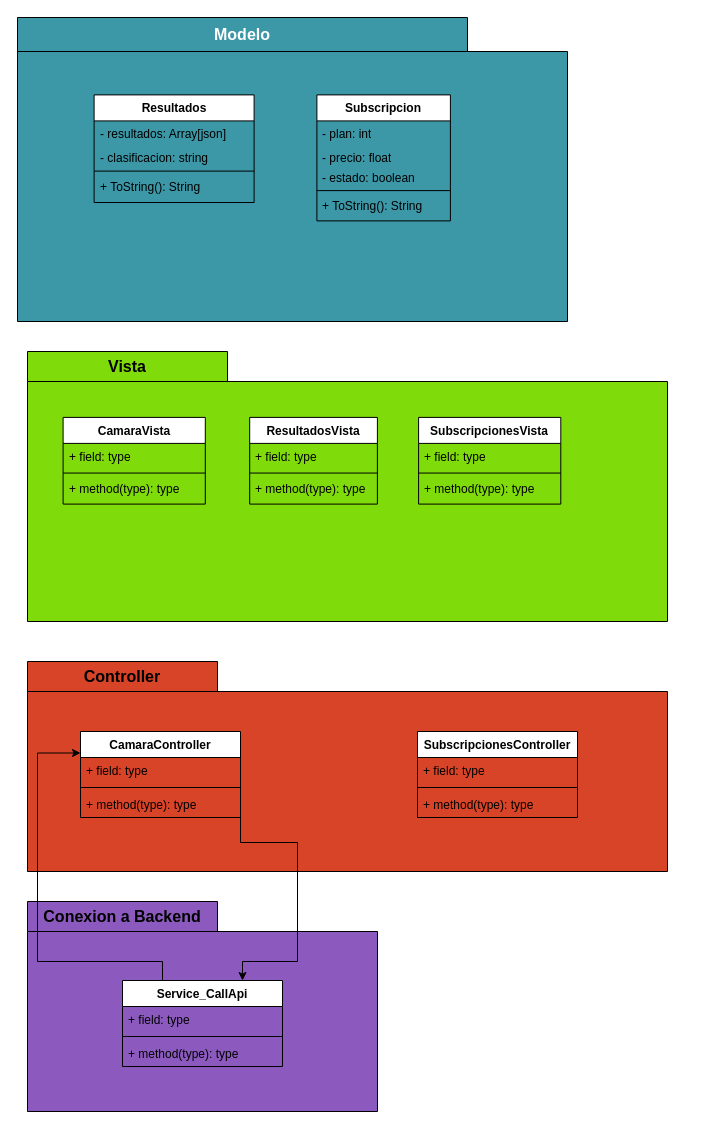
The draw.io diagram Stage #4/Diagrama de capas.drawio in Manollito/ProyectoDiseno, before the edit. Source tidied: cells renumbered, new cells numbered last; positions are measured from the earlier drawing's top-left corner, leaving out a move shared by most shapes. Both pictures are drawn from the tidied source at 100%, with x=0, y=0 at pixel (17, 17).
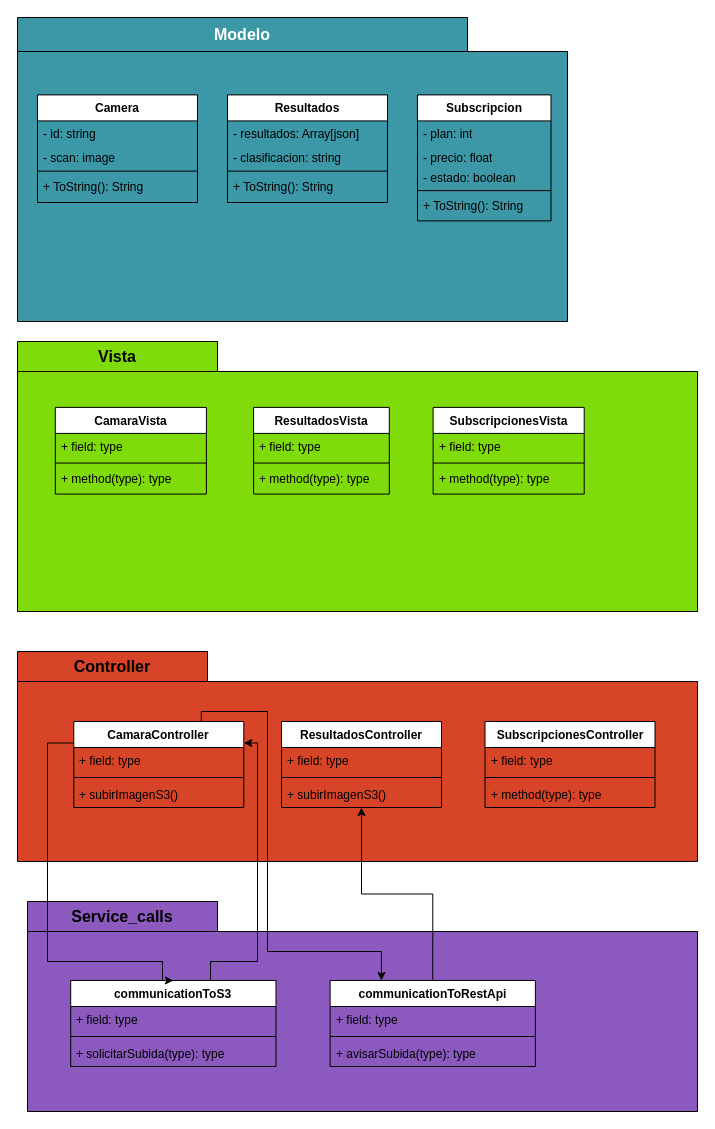
The same diagram, later.

Unchanged cells that the change refers to:
```xml
<mxCell id="3" value="&lt;font style=&quot;font-size: 16px;&quot; color=&quot;#ffffff&quot;&gt;Modelo&lt;/font&gt;" style="shape=folder;fontStyle=1;tabWidth=450;tabHeight=34;tabPosition=left;html=1;boundedLbl=1;labelInHeader=1;whiteSpace=wrap;fillColor=#3C97A7;" parent="1" vertex="1">
  <mxGeometry width="550" height="304" as="geometry" />
</mxCell>
```

Change to the diagram source:
```diff
@@
     <mxCell id="5" value="Resultados" style="swimlane;fontStyle=1;align=center;verticalAlign=top;horizontal=1;startSize=26;whiteSpace=wrap;html=1;" parent="3" vertex="1">
-      <mxGeometry x="76.6" y="77.4" width="160" height="107.6" as="geometry" />
+      <mxGeometry x="210" y="77.4" width="160" height="107.6" as="geometry" />
     </mxCell>
@@
     <mxCell id="10" value="Subscripcion" style="swimlane;fontStyle=1;align=center;verticalAlign=top;horizontal=1;startSize=26;whiteSpace=wrap;html=1;" parent="3" vertex="1">
-      <mxGeometry x="299.4" y="77.4" width="133.5" height="126" as="geometry" />
+      <mxGeometry x="400" y="77.4" width="133.5" height="126" as="geometry" />
     </mxCell>
@@
+    <mxCell id="48" value="Camera" style="swimlane;fontStyle=1;align=center;verticalAlign=top;horizontal=1;startSize=26;whiteSpace=wrap;html=1;" parent="3" vertex="1">
+      <mxGeometry x="20" y="77.4" width="160" height="107.6" as="geometry" />
+    </mxCell>
+    <mxCell id="49" value="- id: string" style="text;strokeColor=none;fillColor=none;align=left;verticalAlign=top;spacingLeft=4;spacingRight=4;overflow=hidden;whiteSpace=wrap;html=1;" parent="48" vertex="1">
+      <mxGeometry y="26" width="160" height="24" as="geometry" />
+    </mxCell>
+    <mxCell id="50" value="- scan: image" style="text;strokeColor=none;fillColor=none;align=left;verticalAlign=top;spacingLeft=4;spacingRight=4;overflow=hidden;whiteSpace=wrap;html=1;" parent="48" vertex="1">
+      <mxGeometry y="50" width="160" height="24" as="geometry" />
+    </mxCell>
+    <mxCell id="51" style="line;strokeWidth=1;fillColor=none;align=left;verticalAlign=middle;spacingTop=-1;spacingLeft=3;spacingRight=3;labelPosition=right;strokeColor=inherit;" parent="48" vertex="1">
+      <mxGeometry y="74" width="160" height="4.4" as="geometry" />
+    </mxCell>
+    <mxCell id="52" value="+ ToString(): String&amp;nbsp;" style="text;strokeColor=none;fillColor=none;align=left;verticalAlign=top;spacingLeft=4;spacingRight=4;overflow=hidden;whiteSpace=wrap;html=1;" parent="48" vertex="1">
+      <mxGeometry y="78.4" width="160" height="29.2" as="geometry" />
+    </mxCell>
     <mxCell id="16" value="&lt;font style=&quot;font-size: 16px;&quot;&gt;Vista&lt;/font&gt;" style="shape=folder;fontStyle=1;tabWidth=200;tabHeight=30;tabPosition=left;html=1;boundedLbl=1;labelInHeader=1;whiteSpace=wrap;fillColor=#80db0a;" parent="1" vertex="1">
-      <mxGeometry x="10" y="334" width="640" height="270" as="geometry" />
+      <mxGeometry y="324" width="680" height="270" as="geometry" />
     </mxCell>
     <mxCell id="17" style="html=1;strokeColor=none;fillColor=none;whiteSpace=wrap;" parent="16" vertex="1">
-      <mxGeometry width="640" height="189" relative="1" as="geometry">
+      <mxGeometry width="680" height="189" relative="1" as="geometry">
         <mxPoint y="30" as="offset" />
       </mxGeometry>
     </mxCell>
     <mxCell id="18" value="CamaraVista" style="swimlane;fontStyle=1;align=center;verticalAlign=top;horizontal=1;startSize=26;whiteSpace=wrap;html=1;" parent="16" vertex="1">
-      <mxGeometry x="35.6" y="65.9" width="142.2" height="86.7" as="geometry" />
+      <mxGeometry x="37.8" y="65.9" width="151.1" height="86.7" as="geometry" />
     </mxCell>
     <mxCell id="19" value="+ field: type" style="text;strokeColor=none;fillColor=none;align=left;verticalAlign=top;spacingLeft=4;spacingRight=4;overflow=hidden;whiteSpace=wrap;html=1;" parent="18" vertex="1">
-      <mxGeometry y="26" width="142.2" height="27" as="geometry" />
+      <mxGeometry y="26" width="151.1" height="27" as="geometry" />
     </mxCell>
     <mxCell id="20" style="line;strokeWidth=1;fillColor=none;align=left;verticalAlign=middle;spacingTop=-1;spacingLeft=3;spacingRight=3;labelPosition=right;strokeColor=inherit;" parent="18" vertex="1">
-      <mxGeometry y="53" width="142.2" height="5.3" as="geometry" />
+      <mxGeometry y="53" width="151.1" height="5.3" as="geometry" />
     </mxCell>
     <mxCell id="21" value="+ method(type): type" style="text;strokeColor=none;fillColor=none;align=left;verticalAlign=top;spacingLeft=4;spacingRight=4;overflow=hidden;whiteSpace=wrap;html=1;" parent="18" vertex="1">
-      <mxGeometry y="58.3" width="142.2" height="28.4" as="geometry" />
+      <mxGeometry y="58.3" width="151.1" height="28.4" as="geometry" />
     </mxCell>
     <mxCell id="22" value="ResultadosVista" style="swimlane;fontStyle=1;align=center;verticalAlign=top;horizontal=1;startSize=26;whiteSpace=wrap;html=1;" parent="16" vertex="1">
-      <mxGeometry x="222.2" y="65.9" width="127.7" height="86.7" as="geometry" />
+      <mxGeometry x="236.1" y="65.9" width="135.7" height="86.7" as="geometry" />
     </mxCell>
     <mxCell id="23" value="+ field: type" style="text;strokeColor=none;fillColor=none;align=left;verticalAlign=top;spacingLeft=4;spacingRight=4;overflow=hidden;whiteSpace=wrap;html=1;" parent="22" vertex="1">
-      <mxGeometry y="26" width="127.7" height="27" as="geometry" />
+      <mxGeometry y="26" width="135.7" height="27" as="geometry" />
     </mxCell>
     <mxCell id="24" style="line;strokeWidth=1;fillColor=none;align=left;verticalAlign=middle;spacingTop=-1;spacingLeft=3;spacingRight=3;labelPosition=right;strokeColor=inherit;" parent="22" vertex="1">
-      <mxGeometry y="53" width="127.7" height="5.3" as="geometry" />
+      <mxGeometry y="53" width="135.7" height="5.3" as="geometry" />
     </mxCell>
     <mxCell id="25" value="+ method(type): type" style="text;strokeColor=none;fillColor=none;align=left;verticalAlign=top;spacingLeft=4;spacingRight=4;overflow=hidden;whiteSpace=wrap;html=1;" parent="22" vertex="1">
-      <mxGeometry y="58.3" width="127.7" height="28.4" as="geometry" />
+      <mxGeometry y="58.3" width="135.7" height="28.4" as="geometry" />
     </mxCell>
     <mxCell id="26" value="SubscripcionesVista" style="swimlane;fontStyle=1;align=center;verticalAlign=top;horizontal=1;startSize=26;whiteSpace=wrap;html=1;" parent="16" vertex="1">
-      <mxGeometry x="391.1" y="65.9" width="142.2" height="86.7" as="geometry" />
+      <mxGeometry x="415.6" y="65.9" width="151.1" height="86.7" as="geometry" />
     </mxCell>
     <mxCell id="27" value="+ field: type" style="text;strokeColor=none;fillColor=none;align=left;verticalAlign=top;spacingLeft=4;spacingRight=4;overflow=hidden;whiteSpace=wrap;html=1;" parent="26" vertex="1">
-      <mxGeometry y="26" width="142.2" height="27" as="geometry" />
+      <mxGeometry y="26" width="151.1" height="27" as="geometry" />
     </mxCell>
     <mxCell id="28" style="line;strokeWidth=1;fillColor=none;align=left;verticalAlign=middle;spacingTop=-1;spacingLeft=3;spacingRight=3;labelPosition=right;strokeColor=inherit;" parent="26" vertex="1">
-      <mxGeometry y="53" width="142.2" height="5.3" as="geometry" />
+      <mxGeometry y="53" width="151.1" height="5.3" as="geometry" />
     </mxCell>
     <mxCell id="29" value="+ method(type): type" style="text;strokeColor=none;fillColor=none;align=left;verticalAlign=top;spacingLeft=4;spacingRight=4;overflow=hidden;whiteSpace=wrap;html=1;" parent="26" vertex="1">
-      <mxGeometry y="58.3" width="142.2" height="28.4" as="geometry" />
+      <mxGeometry y="58.3" width="151.1" height="28.4" as="geometry" />
     </mxCell>
     <mxCell id="30" value="&lt;font style=&quot;font-size: 16px;&quot;&gt;Controller&lt;/font&gt;" style="shape=folder;fontStyle=1;tabWidth=190;tabHeight=30;tabPosition=left;html=1;boundedLbl=1;labelInHeader=1;whiteSpace=wrap;fillColor=#D84427;" parent="1" vertex="1">
-      <mxGeometry x="10" y="644" width="640" height="210" as="geometry" />
+      <mxGeometry y="634" width="680" height="210" as="geometry" />
     </mxCell>
     <mxCell id="31" style="html=1;strokeColor=none;fillColor=none;whiteSpace=wrap;" parent="30" vertex="1">
-      <mxGeometry width="640" height="147" relative="1" as="geometry">
+      <mxGeometry width="680" height="147" relative="1" as="geometry">
         <mxPoint y="30" as="offset" />
       </mxGeometry>
     </mxCell>
     <mxCell id="32" value="CamaraController" style="swimlane;fontStyle=1;align=center;verticalAlign=top;horizontal=1;startSize=26;whiteSpace=wrap;html=1;" parent="30" vertex="1">
-      <mxGeometry x="53" y="70" width="160" height="86" as="geometry" />
+      <mxGeometry x="56.3" y="70" width="170" height="86" as="geometry" />
     </mxCell>
     <mxCell id="33" value="+ field: type" style="text;strokeColor=none;fillColor=none;align=left;verticalAlign=top;spacingLeft=4;spacingRight=4;overflow=hidden;whiteSpace=wrap;html=1;" parent="32" vertex="1">
-      <mxGeometry y="26" width="160" height="26" as="geometry" />
+      <mxGeometry y="26" width="170" height="26" as="geometry" />
     </mxCell>
     <mxCell id="34" style="line;strokeWidth=1;fillColor=none;align=left;verticalAlign=middle;spacingTop=-1;spacingLeft=3;spacingRight=3;labelPosition=right;strokeColor=inherit;" parent="32" vertex="1">
-      <mxGeometry y="52" width="160" height="8" as="geometry" />
+      <mxGeometry y="52" width="170" height="8" as="geometry" />
     </mxCell>
-    <mxCell id="35" value="+ method(type): type" style="text;strokeColor=none;fillColor=none;align=left;verticalAlign=top;spacingLeft=4;spacingRight=4;overflow=hidden;whiteSpace=wrap;html=1;" parent="32" vertex="1">
-      <mxGeometry y="60" width="160" height="26" as="geometry" />
+    <mxCell id="35" value="+ subirImagenS3()" style="text;strokeColor=none;fillColor=none;align=left;verticalAlign=top;spacingLeft=4;spacingRight=4;overflow=hidden;whiteSpace=wrap;html=1;" parent="32" vertex="1">
+      <mxGeometry y="60" width="170" height="26" as="geometry" />
     </mxCell>
     <mxCell id="36" value="SubscripcionesController" style="swimlane;fontStyle=1;align=center;verticalAlign=top;horizontal=1;startSize=26;whiteSpace=wrap;html=1;" parent="30" vertex="1">
-      <mxGeometry x="390" y="70" width="160" height="86" as="geometry" />
+      <mxGeometry x="467.5" y="70" width="170" height="86" as="geometry" />
     </mxCell>
     <mxCell id="37" value="+ field: type" style="text;strokeColor=none;fillColor=none;align=left;verticalAlign=top;spacingLeft=4;spacingRight=4;overflow=hidden;whiteSpace=wrap;html=1;" parent="36" vertex="1">
-      <mxGeometry y="26" width="160" height="26" as="geometry" />
+      <mxGeometry y="26" width="170" height="26" as="geometry" />
     </mxCell>
     <mxCell id="38" style="line;strokeWidth=1;fillColor=none;align=left;verticalAlign=middle;spacingTop=-1;spacingLeft=3;spacingRight=3;labelPosition=right;strokeColor=inherit;" parent="36" vertex="1">
-      <mxGeometry y="52" width="160" height="8" as="geometry" />
+      <mxGeometry y="52" width="170" height="8" as="geometry" />
     </mxCell>
     <mxCell id="39" value="+ method(type): type" style="text;strokeColor=none;fillColor=none;align=left;verticalAlign=top;spacingLeft=4;spacingRight=4;overflow=hidden;whiteSpace=wrap;html=1;" parent="36" vertex="1">
-      <mxGeometry y="60" width="160" height="26" as="geometry" />
+      <mxGeometry y="60" width="170" height="26" as="geometry" />
     </mxCell>
-    <mxCell id="40" value="&lt;font style=&quot;font-size: 16px;&quot;&gt;Conexion a Backend&lt;/font&gt;" style="shape=folder;fontStyle=1;tabWidth=190;tabHeight=30;tabPosition=left;html=1;boundedLbl=1;labelInHeader=1;whiteSpace=wrap;fillColor=#8C5ABF;" parent="1" vertex="1">
-      <mxGeometry x="10" y="884" width="350" height="210" as="geometry" />
+    <mxCell id="40" value="&lt;font style=&quot;font-size: 16px;&quot;&gt;Service_calls&lt;/font&gt;" style="shape=folder;fontStyle=1;tabWidth=190;tabHeight=30;tabPosition=left;html=1;boundedLbl=1;labelInHeader=1;whiteSpace=wrap;fillColor=#8C5ABF;" parent="1" vertex="1">
+      <mxGeometry x="10" y="884" width="670" height="210" as="geometry" />
     </mxCell>
     <mxCell id="41" style="html=1;strokeColor=none;fillColor=none;whiteSpace=wrap;" parent="40" vertex="1">
-      <mxGeometry width="350" height="147" relative="1" as="geometry">
+      <mxGeometry width="670" height="147" relative="1" as="geometry">
         <mxPoint y="30" as="offset" />
       </mxGeometry>
     </mxCell>
-    <mxCell id="42" value="Service_CallApi" style="swimlane;fontStyle=1;align=center;verticalAlign=top;horizontal=1;startSize=26;whiteSpace=wrap;html=1;" parent="40" vertex="1">
-      <mxGeometry x="95" y="79" width="160" height="86" as="geometry" />
+    <mxCell id="42" value="communicationToS3" style="swimlane;fontStyle=1;align=center;verticalAlign=top;horizontal=1;startSize=26;whiteSpace=wrap;html=1;" parent="40" vertex="1">
+      <mxGeometry x="43.2" y="79" width="205.3" height="86" as="geometry" />
     </mxCell>
     <mxCell id="43" value="+ field: type" style="text;strokeColor=none;fillColor=none;align=left;verticalAlign=top;spacingLeft=4;spacingRight=4;overflow=hidden;whiteSpace=wrap;html=1;" parent="42" vertex="1">
-      <mxGeometry y="26" width="160" height="26" as="geometry" />
+      <mxGeometry y="26" width="205.3" height="26" as="geometry" />
     </mxCell>
     <mxCell id="44" style="line;strokeWidth=1;fillColor=none;align=left;verticalAlign=middle;spacingTop=-1;spacingLeft=3;spacingRight=3;labelPosition=right;strokeColor=inherit;" parent="42" vertex="1">
-      <mxGeometry y="52" width="160" height="8" as="geometry" />
+      <mxGeometry y="52" width="205.3" height="8" as="geometry" />
     </mxCell>
-    <mxCell id="45" value="+ method(type): type" style="text;strokeColor=none;fillColor=none;align=left;verticalAlign=top;spacingLeft=4;spacingRight=4;overflow=hidden;whiteSpace=wrap;html=1;" parent="42" vertex="1">
-      <mxGeometry y="60" width="160" height="26" as="geometry" />
+    <mxCell id="45" value="+ solicitarSubida(type): type" style="text;strokeColor=none;fillColor=none;align=left;verticalAlign=top;spacingLeft=4;spacingRight=4;overflow=hidden;whiteSpace=wrap;html=1;" parent="42" vertex="1">
+      <mxGeometry y="60" width="205.3" height="26" as="geometry" />
     </mxCell>
+    <mxCell id="53" value="communicationToRestApi" style="swimlane;fontStyle=1;align=center;verticalAlign=top;horizontal=1;startSize=26;whiteSpace=wrap;html=1;" parent="40" vertex="1">
+      <mxGeometry x="302.6" y="79" width="205.3" height="86" as="geometry" />
+    </mxCell>
+    <mxCell id="54" value="+ field: type" style="text;strokeColor=none;fillColor=none;align=left;verticalAlign=top;spacingLeft=4;spacingRight=4;overflow=hidden;whiteSpace=wrap;html=1;" parent="53" vertex="1">
+      <mxGeometry y="26" width="205.3" height="26" as="geometry" />
+    </mxCell>
+    <mxCell id="55" style="line;strokeWidth=1;fillColor=none;align=left;verticalAlign=middle;spacingTop=-1;spacingLeft=3;spacingRight=3;labelPosition=right;strokeColor=inherit;" parent="53" vertex="1">
+      <mxGeometry y="52" width="205.3" height="8" as="geometry" />
+    </mxCell>
+    <mxCell id="56" value="+ avisarSubida(type): type" style="text;strokeColor=none;fillColor=none;align=left;verticalAlign=top;spacingLeft=4;spacingRight=4;overflow=hidden;whiteSpace=wrap;html=1;" parent="53" vertex="1">
+      <mxGeometry y="60" width="205.3" height="26" as="geometry" />
+    </mxCell>
-    <mxCell id="46" style="edgeStyle=orthogonalEdgeStyle;rounded=0;jettySize=auto;html=1;exitX=1;exitY=0.25;exitDx=0;exitDy=0;entryX=0.75;entryY=0;entryDx=0;entryDy=0;" parent="1" edge="1" source="32" target="42">
+    <mxCell id="46" style="edgeStyle=orthogonalEdgeStyle;rounded=0;jettySize=auto;html=1;exitX=0;exitY=0.25;exitDx=0;exitDy=0;entryX=0.5;entryY=0;entryDx=0;entryDy=0;" parent="1" edge="1" source="32" target="42">
       <mxGeometry relative="1" as="geometry">
         <Array as="points">
-          <mxPoint x="223" y="825" />
-          <mxPoint x="280" y="825" />
-          <mxPoint x="280" y="944" />
-          <mxPoint x="225" y="944" />
+          <mxPoint x="30" y="726" />
+          <mxPoint x="30" y="944" />
+          <mxPoint x="145" y="944" />
         </Array>
       </mxGeometry>
     </mxCell>
-    <mxCell id="47" style="edgeStyle=orthogonalEdgeStyle;rounded=0;jettySize=auto;html=1;exitX=0.25;exitY=0;exitDx=0;exitDy=0;entryX=0;entryY=0.25;entryDx=0;entryDy=0;" parent="1" edge="1" source="42" target="32">
+    <mxCell id="47" style="edgeStyle=orthogonalEdgeStyle;rounded=0;jettySize=auto;html=1;exitX=0.75;exitY=0;exitDx=0;exitDy=0;entryX=1;entryY=0.25;entryDx=0;entryDy=0;" parent="1" edge="1" source="42" target="32">
       <mxGeometry relative="1" as="geometry">
         <Array as="points">
-          <mxPoint x="145" y="944" />
-          <mxPoint x="20" y="944" />
-          <mxPoint x="20" y="736" />
+          <mxPoint x="193" y="963" />
+          <mxPoint x="193" y="944" />
+          <mxPoint x="240" y="944" />
+          <mxPoint x="240" y="726" />
         </Array>
       </mxGeometry>
     </mxCell>
+    <mxCell id="57" style="edgeStyle=orthogonalEdgeStyle;rounded=0;jettySize=auto;html=1;exitX=0.75;exitY=0;exitDx=0;exitDy=0;entryX=0.25;entryY=0;entryDx=0;entryDy=0;" parent="1" edge="1" source="32" target="53">
+      <mxGeometry relative="1" as="geometry">
+        <Array as="points">
+          <mxPoint x="184" y="694" />
+          <mxPoint x="250" y="694" />
+          <mxPoint x="250" y="934" />
+          <mxPoint x="364" y="934" />
+        </Array>
+      </mxGeometry>
+    </mxCell>
+    <mxCell id="58" value="ResultadosController" style="swimlane;fontStyle=1;align=center;verticalAlign=top;horizontal=1;startSize=26;whiteSpace=wrap;html=1;" parent="1" vertex="1">
+      <mxGeometry x="264" y="704" width="160" height="86" as="geometry" />
+    </mxCell>
+    <mxCell id="59" value="+ field: type" style="text;strokeColor=none;fillColor=none;align=left;verticalAlign=top;spacingLeft=4;spacingRight=4;overflow=hidden;whiteSpace=wrap;html=1;" parent="58" vertex="1">
+      <mxGeometry y="26" width="160" height="26" as="geometry" />
+    </mxCell>
+    <mxCell id="60" style="line;strokeWidth=1;fillColor=none;align=left;verticalAlign=middle;spacingTop=-1;spacingLeft=3;spacingRight=3;labelPosition=right;strokeColor=inherit;" parent="58" vertex="1">
+      <mxGeometry y="52" width="160" height="8" as="geometry" />
+    </mxCell>
+    <mxCell id="61" value="+ subirImagenS3()" style="text;strokeColor=none;fillColor=none;align=left;verticalAlign=top;spacingLeft=4;spacingRight=4;overflow=hidden;whiteSpace=wrap;html=1;" parent="58" vertex="1">
+      <mxGeometry y="60" width="160" height="26" as="geometry" />
+    </mxCell>
+    <mxCell id="62" style="edgeStyle=orthogonalEdgeStyle;rounded=0;jettySize=auto;html=1;exitX=0.5;exitY=0;exitDx=0;exitDy=0;entryX=0.5;entryY=1;entryDx=0;entryDy=0;" parent="1" edge="1" source="53" target="58">
+      <mxGeometry relative="1" as="geometry" />
+    </mxCell>
```
